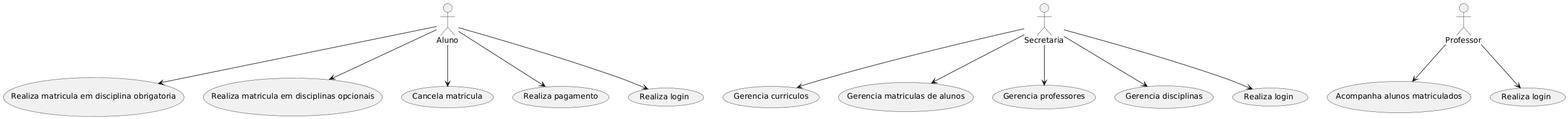
Above: project/img/useCase.png in LeonardoVieiraM/laboratorioDesenvolvimentoSoftware (PlantUML), before the change. Its diagram source:
```plantuml
@startuml
Aluno --> (Realiza matricula em disciplina obrigatoria)
Aluno --> (Realiza matricula em disciplinas opcionais)
Aluno --> (Cancela matricula)
Aluno --> (Realiza pagamento)
Aluno --> (Realiza login1)

Secretaria --> (Gerencia curriculos)
Secretaria --> (Gerencia matriculas de alunos)
Secretaria --> (Gerencia professores)
Secretaria --> (Gerencia disciplinas)
Secretaria --> (Realiza login2)

Professor --> (Acompanha alunos matriculados)
Professor --> (Realiza login3)

"Realiza login" as (Realiza login1)
"Realiza login" as (Realiza login2)
"Realiza login" as (Realiza login3)
@enduml
```
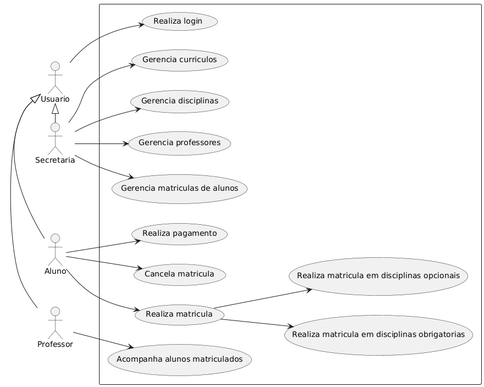
The same diagram one commit later.

Commit message:
update useCase and plantuml txt

What changed in the source:
```diff
@@ -1,20 +1,46 @@
 @startuml
-Aluno --> (Realiza matricula em disciplina obrigatoria)
-Aluno --> (Realiza matricula em disciplinas opcionais)
-Aluno --> (Cancela matricula)
-Aluno --> (Realiza pagamento)
-Aluno --> (Realiza login1)
+left to right direction
+skinparam packageStyle rectangle
 
-Secretaria --> (Gerencia curriculos)
-Secretaria --> (Gerencia matriculas de alunos)
-Secretaria --> (Gerencia professores)
-Secretaria --> (Gerencia disciplinas)
-Secretaria --> (Realiza login2)
+actor Professor as p
+actor Aluno as a
+actor Secretaria as s
+actor Usuario as u
 
-Professor --> (Acompanha alunos matriculados)
-Professor --> (Realiza login3)
+u <|- p
+u <|- a
+u <|- s
 
-"Realiza login" as (Realiza login1)
-"Realiza login" as (Realiza login2)
-"Realiza login" as (Realiza login3)
+rectangle {
+usecase "Realiza matricula" as a1
+usecase "Realiza matricula em disciplinas obrigatorias" as a2
+usecase "Realiza matricula em disciplinas opcionais" as a3
+usecase "Cancela matricula" as a4
+usecase "Realiza pagamento" as a5
+
+usecase "Gerencia curriculos" as s1
+usecase "Gerencia matriculas de alunos" as s2
+usecase "Gerencia professores" as s3
+usecase "Gerencia disciplinas" as s4
+
+usecase "Acompanha alunos matriculados" as p1
+
+usecase "Realiza login" as u1
+}
+
+u --> u1
+
+p --> p1
+
+a --> a1
+a --> a4
+a --> a5
+
+a1 --> a2
+a1 --> a3
+
+s --> s1
+s --> s2
+s --> s3
+s --> s4
 @enduml
```
